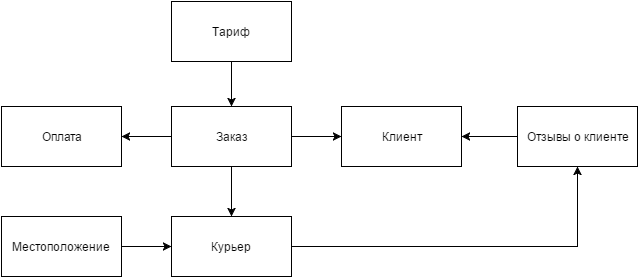
This is Ивыгин_Трофимов_Автоматизация_курьерских_услугэ/lab2_1.png from Nordth/istu-lab-upp-2016-2017, a draw.io export, as it was before one commit. Source tidied: cells renumbered, new cells last; positions are measured from the earlier drawing's top-left corner, leaving out a move shared by most shapes.
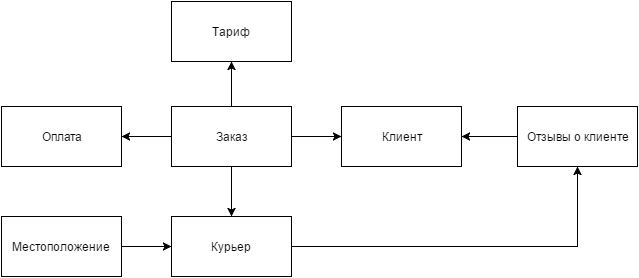
The same file after the commit.

The edit, as a diff of the source:
```diff
@@ -11,6 +11,9 @@
     <mxCell id="4" style="edgeStyle=orthogonalEdgeStyle;rounded=0;html=1;jettySize=auto;" parent="1" edge="1" source="5" target="11">
       <mxGeometry relative="1" as="geometry" />
     </mxCell>
+    <mxCell id="16" style="edgeStyle=orthogonalEdgeStyle;rounded=0;html=1;jettySize=auto;" parent="1" edge="1" source="5" target="15">
+      <mxGeometry relative="1" as="geometry" />
+    </mxCell>
     <mxCell id="5" value="Заказ" style="whiteSpace=wrap;html=1;" parent="1" vertex="1">
       <mxGeometry x="170" y="105" width="120" height="60" as="geometry" />
     </mxCell>
@@ -38,9 +41,6 @@
     <mxCell id="13" value="Местоположение" style="whiteSpace=wrap;html=1;" parent="1" vertex="1">
       <mxGeometry y="215" width="120" height="60" as="geometry" />
     </mxCell>
-    <mxCell id="14" style="edgeStyle=orthogonalEdgeStyle;rounded=0;html=1;jettySize=auto;" parent="1" edge="1" source="15" target="5">
-      <mxGeometry relative="1" as="geometry" />
-    </mxCell>
     <mxCell id="15" value="Тариф" style="whiteSpace=wrap;html=1;" parent="1" vertex="1">
       <mxGeometry x="170" width="120" height="60" as="geometry" />
     </mxCell>
```
